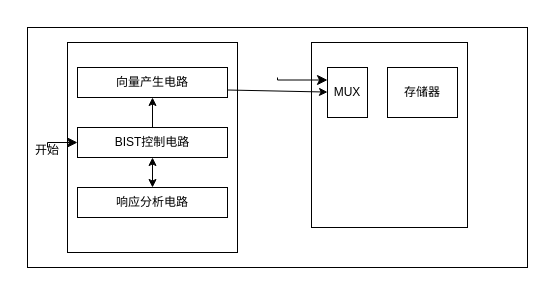
This is doc/MBIST.drawio from shanshan-lu/homwork, a draw.io file, before an edit. Source tidied: cells renumbered, new cells numbered last; positions are measured from the earlier drawing's top-left corner, leaving out a move shared by most shapes. Both pictures are drawn from the tidied source at 100%, with x=0, y=0 at pixel (17, 27).
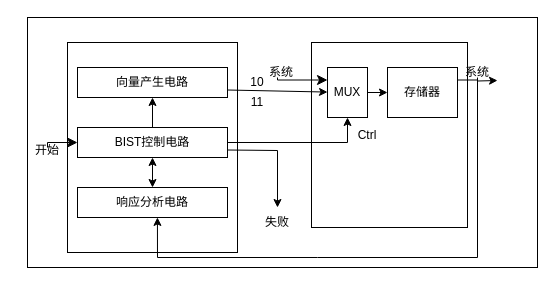
The same diagram, later.

Unchanged cells that the change refers to:
```xml
<mxCell id="3" style="whiteSpace=wrap;html=1;align=center;" parent="1" vertex="1">
  <mxGeometry x="50" y="15" width="170" height="210" as="geometry" />
</mxCell>
<mxCell id="7" value="BIST控制电路" style="whiteSpace=wrap;html=1;align=center;" parent="1" vertex="1">
  <mxGeometry x="60" y="100" width="150" height="30" as="geometry" />
</mxCell>
<mxCell id="9" value="MUX" style="whiteSpace=wrap;html=1;align=center;" parent="1" vertex="1">
  <mxGeometry x="310" y="40" width="40" height="50" as="geometry" />
</mxCell>
<mxCell id="10" value="存储器" style="whiteSpace=wrap;html=1;align=center;" parent="1" vertex="1">
  <mxGeometry x="370" y="40" width="70" height="50" as="geometry" />
</mxCell>
```

Diff of the diagram source:
```diff
@@
     <mxCell id="2" style="whiteSpace=wrap;html=1;align=center;" parent="1" vertex="1">
-      <mxGeometry x="10" width="500" height="240" as="geometry" />
+      <mxGeometry x="10" y="-10" width="510" height="250" as="geometry" />
     </mxCell>
@@
+    <mxCell id="16" style="edgeStyle=orthogonalEdgeStyle;rounded=0;jettySize=auto;html=1;exitX=1;exitY=0.5;exitDx=0;exitDy=0;entryX=0.5;entryY=1;entryDx=0;entryDy=0;" parent="1" edge="1" source="7" target="9">
+      <mxGeometry relative="1" as="geometry" />
+    </mxCell>
@@
+    <mxCell id="17" style="edgeStyle=orthogonalEdgeStyle;rounded=0;jettySize=auto;html=1;exitX=1;exitY=0.5;exitDx=0;exitDy=0;entryX=0;entryY=0.5;entryDx=0;entryDy=0;" parent="1" edge="1" source="9" target="10">
+      <mxGeometry relative="1" as="geometry" />
+    </mxCell>
@@
+    <mxCell id="18" style="edgeStyle=orthogonalEdgeStyle;rounded=0;jettySize=auto;html=1;exitX=1;exitY=0.25;exitDx=0;exitDy=0;" parent="1" edge="1" source="10">
+      <mxGeometry relative="1" as="geometry">
+        <mxPoint x="480" y="53" as="targetPoint" />
+      </mxGeometry>
+    </mxCell>
@@
+    <mxCell id="19" style="endArrow=classic;html=1;rounded=0;entryX=0.529;entryY=0.833;entryDx=0;entryDy=0;entryPerimeter=0;" parent="1" edge="1" target="3">
+      <mxGeometry relative="1" as="geometry">
+        <mxPoint x="460" y="50" as="sourcePoint" />
+        <Array as="points">
+          <mxPoint x="460" y="230" />
+          <mxPoint x="300" y="230" />
+          <mxPoint x="140" y="230" />
+        </Array>
+      </mxGeometry>
+    </mxCell>
+    <mxCell id="20" style="endArrow=classic;html=1;rounded=0;exitX=1;exitY=0.75;exitDx=0;exitDy=0;" parent="1" edge="1" source="7">
+      <mxGeometry relative="1" as="geometry">
+        <mxPoint x="260" y="180" as="targetPoint" />
+        <Array as="points">
+          <mxPoint x="260" y="123" />
+        </Array>
+      </mxGeometry>
+    </mxCell>
+    <mxCell id="21" value="系统" style="text;html=1;strokeColor=none;fillColor=none;align=center;verticalAlign=middle;whiteSpace=wrap;rounded=0;" parent="1" vertex="1">
+      <mxGeometry x="234" y="30" width="60" height="30" as="geometry" />
+    </mxCell>
+    <mxCell id="22" value="系统" style="text;html=1;strokeColor=none;fillColor=none;align=center;verticalAlign=middle;whiteSpace=wrap;rounded=0;" parent="1" vertex="1">
+      <mxGeometry x="430" y="30" width="60" height="30" as="geometry" />
+    </mxCell>
+    <mxCell id="23" value="Ctrl" style="text;html=1;strokeColor=none;fillColor=none;align=center;verticalAlign=middle;whiteSpace=wrap;rounded=0;" parent="1" vertex="1">
+      <mxGeometry x="320" y="92.5" width="60" height="30" as="geometry" />
+    </mxCell>
+    <mxCell id="24" value="失败" style="text;html=1;strokeColor=none;fillColor=none;align=center;verticalAlign=middle;whiteSpace=wrap;rounded=0;" parent="1" vertex="1">
+      <mxGeometry x="230" y="180" width="60" height="30" as="geometry" />
+    </mxCell>
+    <mxCell id="25" value="10" style="text;html=1;strokeColor=none;fillColor=none;align=center;verticalAlign=middle;whiteSpace=wrap;rounded=0;" parent="1" vertex="1">
+      <mxGeometry x="210" y="40" width="60" height="30" as="geometry" />
+    </mxCell>
+    <mxCell id="26" value="11" style="text;html=1;strokeColor=none;fillColor=none;align=center;verticalAlign=middle;whiteSpace=wrap;rounded=0;" parent="1" vertex="1">
+      <mxGeometry x="210" y="60" width="60" height="30" as="geometry" />
+    </mxCell>
```
